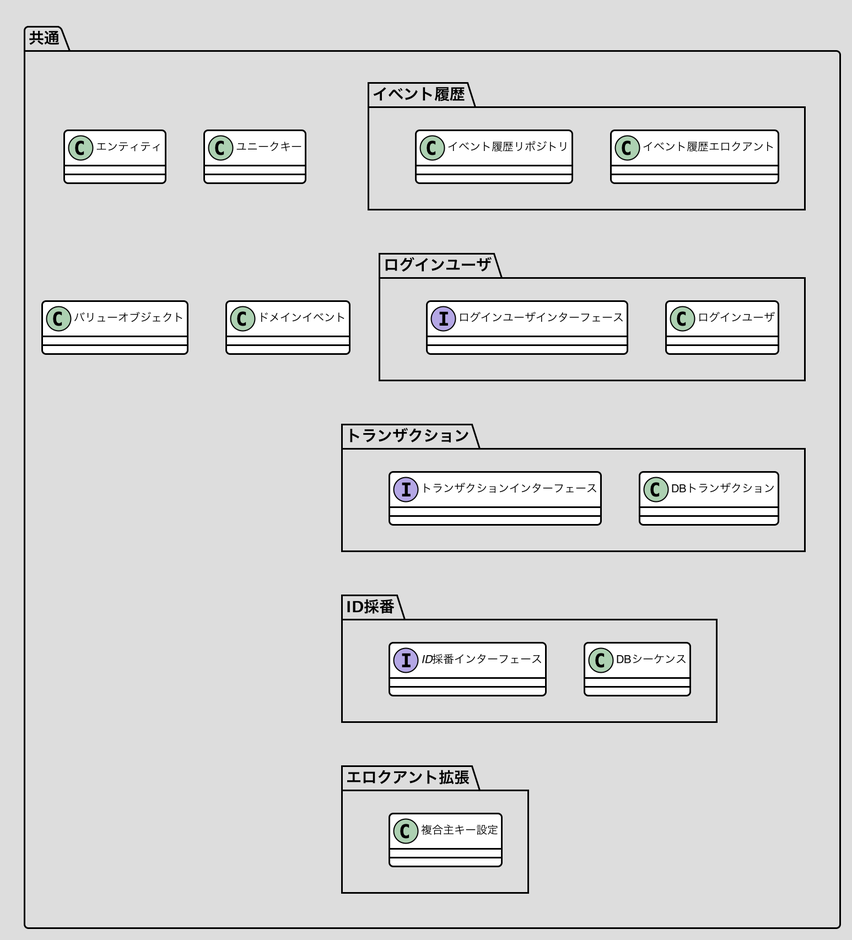
This is docs/画像/共通.png from nomura-kainos/japanese-ddd-sample, a PlantUML export, as it was before one commit.
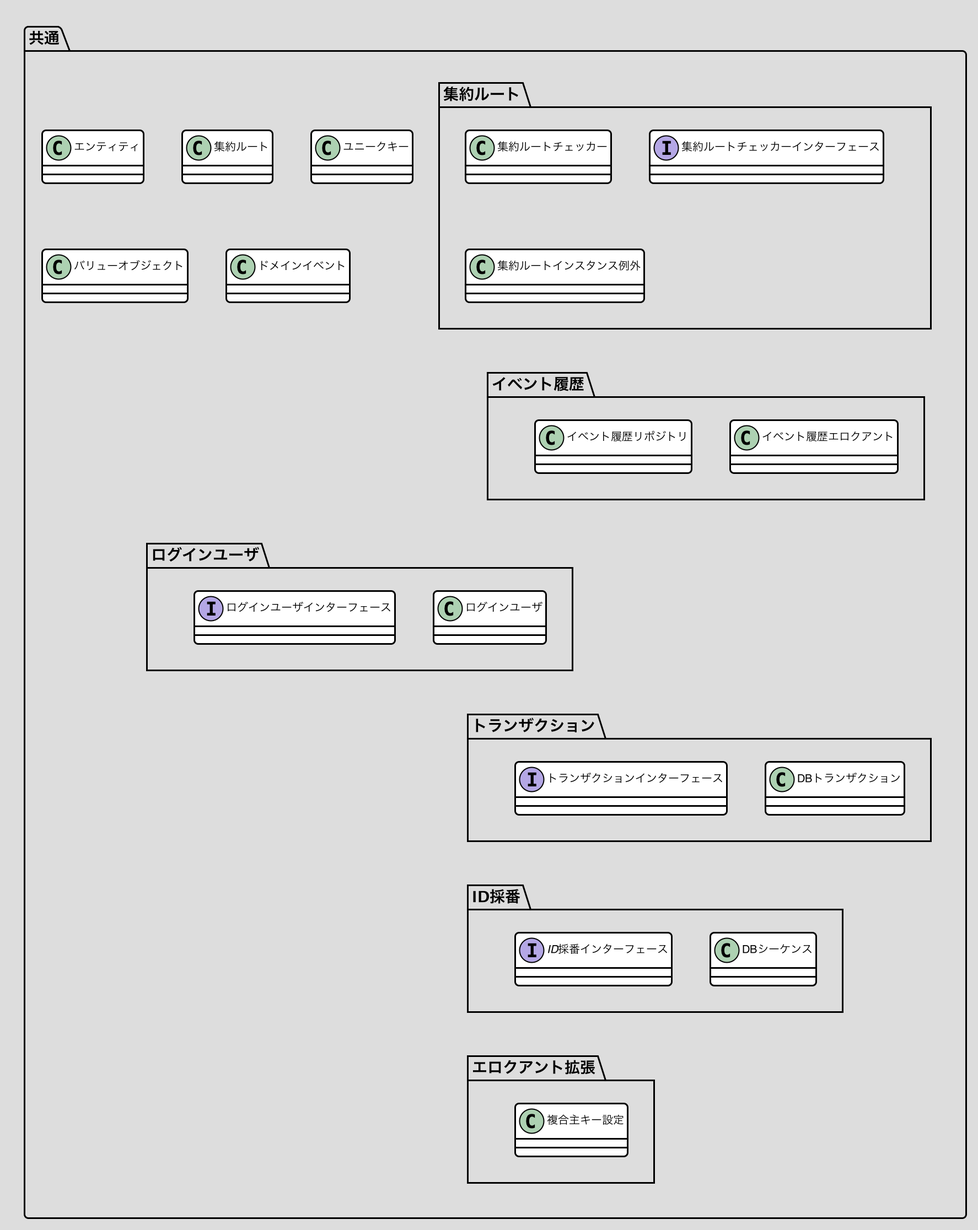
After the change.

The edit, as a diff of the source:
```diff
@@ -50,6 +50,7 @@
 skinparam ArrowColor 454645
 skinparam FontColor 454645
 
+_集約ルート -[hidden]--> イベント履歴
 イベント履歴 -[hidden]-> ログインユーザ
 ログインユーザ -[hidden]-> トランザクション
 トランザクション -[hidden]-> ID採番
@@ -57,9 +58,15 @@
 
 package 共通 <<Folder>> {
   class エンティティ
+  class 集約ルート
   class ユニークキー
   class バリューオブジェクト
   class ドメインイベント
+  package 集約ルート as _集約ルート {
+   class 集約ルートチェッカー
+   interface 集約ルートチェッカーインターフェース
+   class 集約ルートインスタンス例外
+  }
   package イベント履歴 {
    class イベント履歴エロクアント
    class イベント履歴リポジトリ
```
